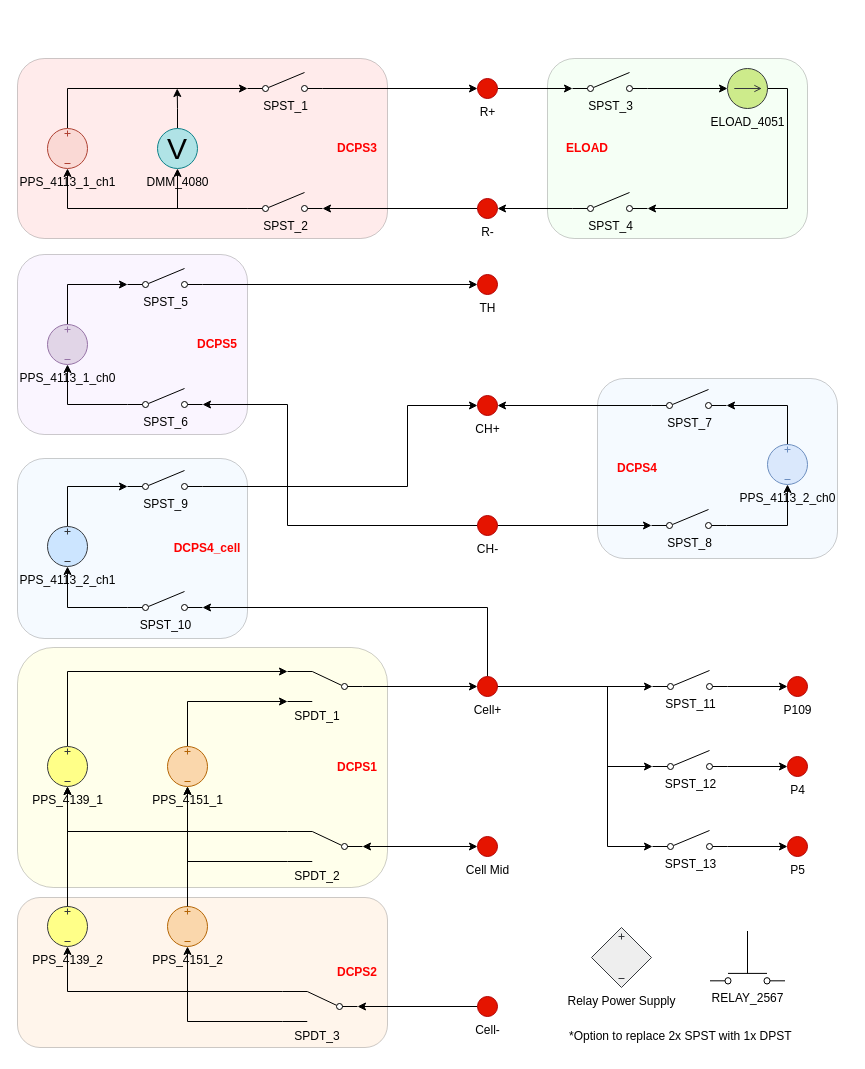
Earlier version of the draw.io diagram BMS_device_A.drawio (ktlim-xy/draw-io). Source tidied: cells renumbered, new cells numbered last; positions are measured from the earlier drawing's top-left corner, leaving out a move shared by most shapes. Both pictures are drawn from the tidied source at 100%, with x=0, y=0 at pixel (17, 58).
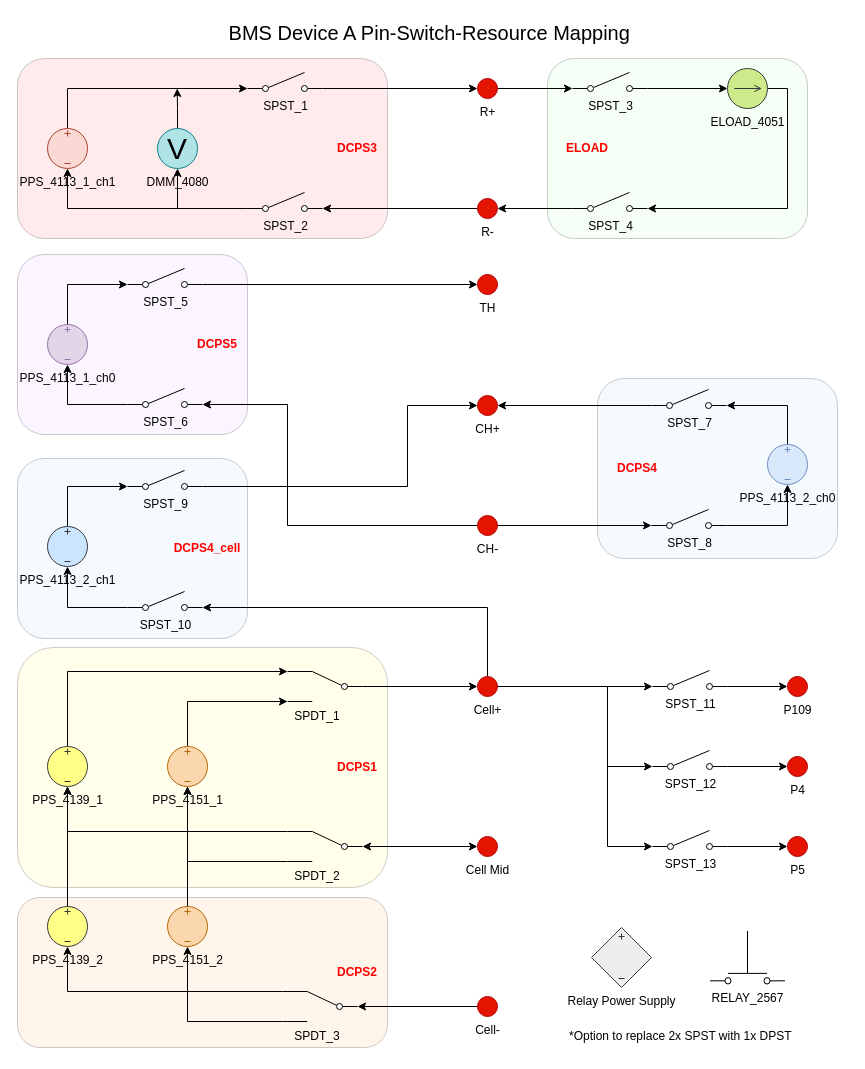
The same diagram, later.

Diff of the diagram source:
```diff
@@
+    <mxCell id="99" value="BMS Device A Pin-Switch-Resource Mapping&amp;nbsp;" style="text;html=1;whiteSpace=wrap;strokeColor=none;fillColor=none;align=center;verticalAlign=middle;rounded=0;fontSize=20;" parent="1" vertex="1">
+      <mxGeometry y="-41" width="830" height="30" as="geometry" />
+    </mxCell>
```
